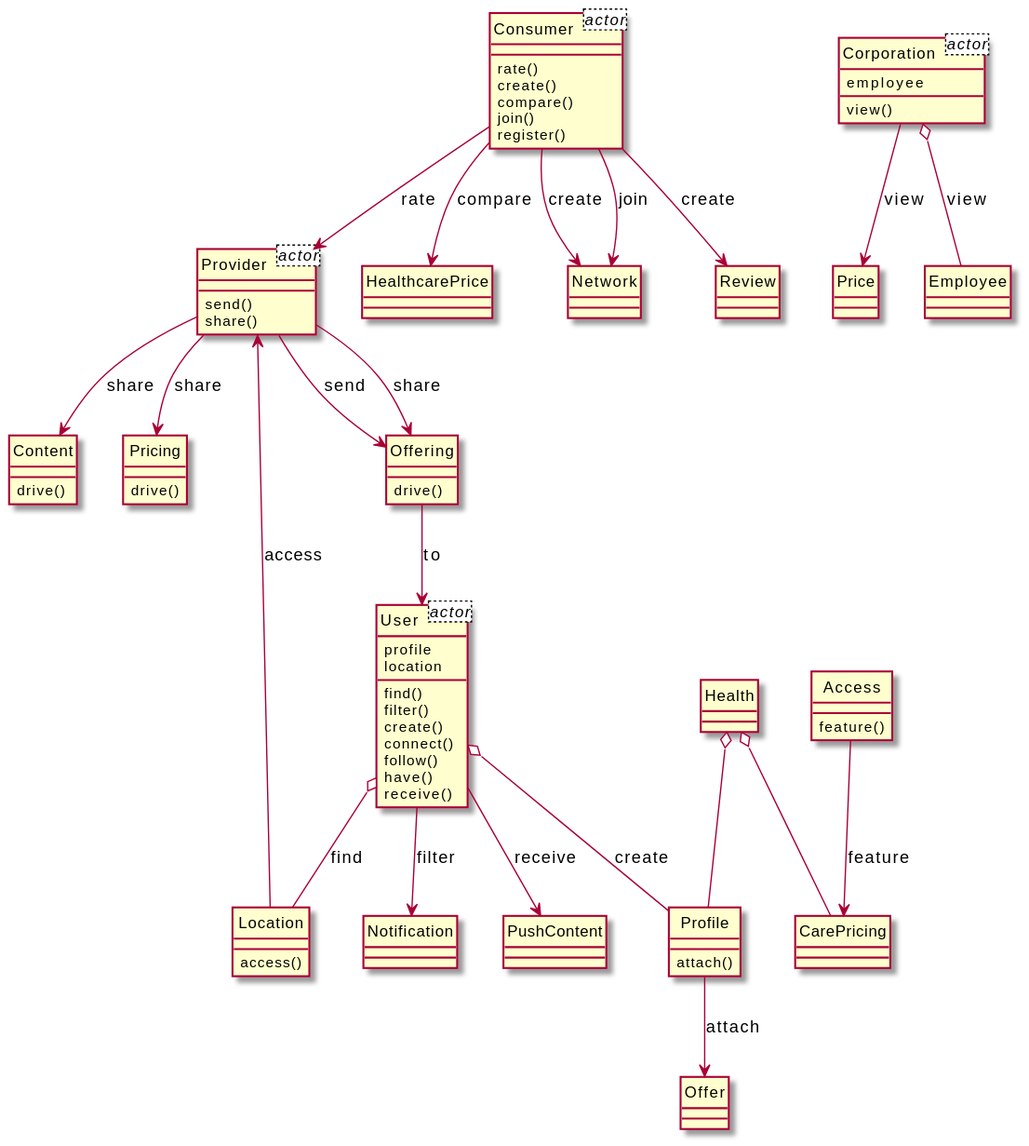
Earlier version of the PlantUML export output/diagram_5/2014-USC-Project12.svg (xixixhalu/DomainModelExtractor).
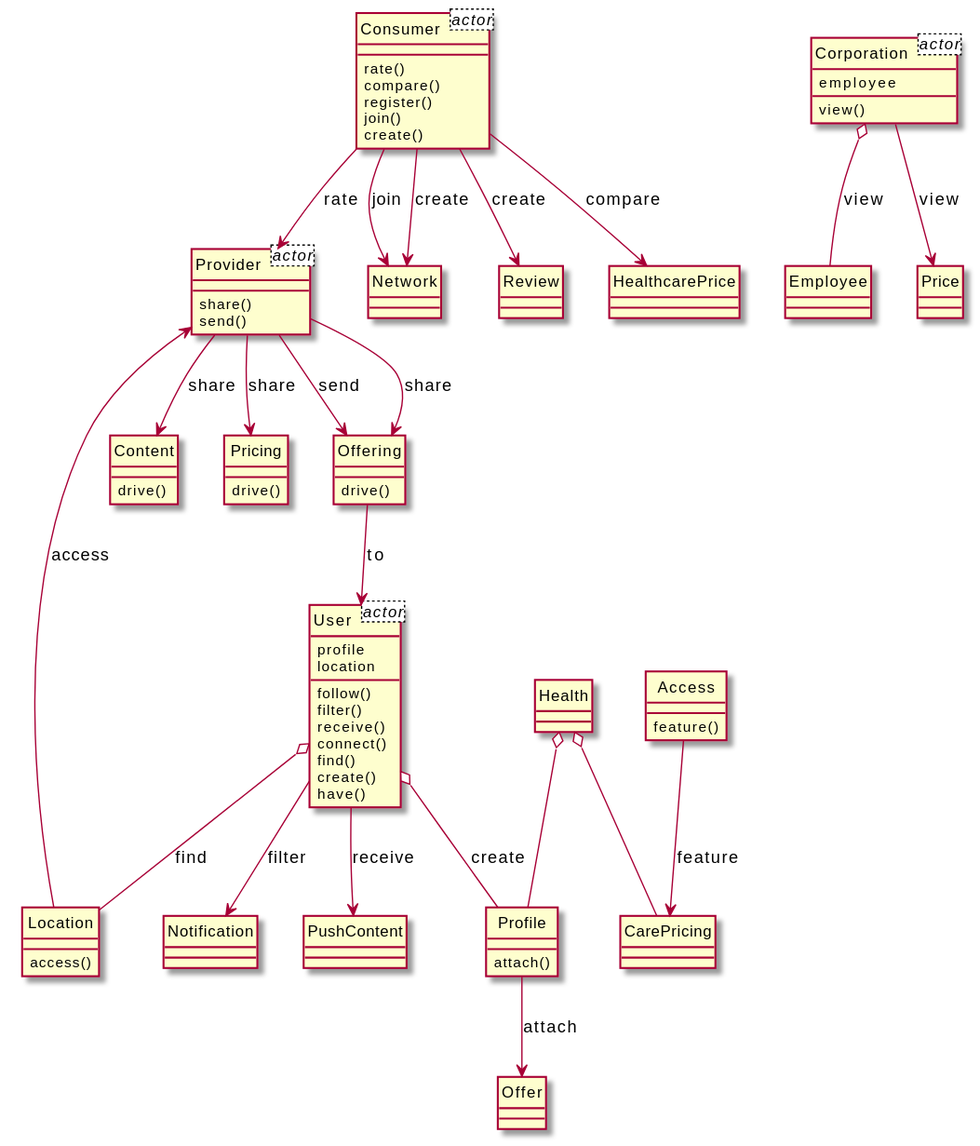
After the commit.

The edit, as a diff of the source:
```diff
@@ -18,79 +18,79 @@
 }
 class CarePricing {
 }
-class User {
-	find()
-	filter()
-	create()
-	connect()
-	follow()
-	have()
-	receive()
+class Provider {
+	share()
+	send()
+}
+class Offering {
+	drive()
 }
 class Content {
 	drive()
 }
 class Consumer {
 	rate()
+	compare()
+	register()
+	join()
 	create()
-	compare()
-	join()
-	register()
 }
-class HealthcarePrice {
+class Network {
+}
+class User {
+	follow()
+	filter()
+	receive()
+	connect()
+	find()
+	create()
+	have()
+}
+class Access {
+	feature()
+}
+class Location {
+	access()
+}
+class Notification {
+}
+class Review {
+}
+class Pricing {
+	drive()
 }
 class Corporation {
 	view()
 }
+class Employee {
+}
 class Price {
-}
-class Location {
-	access()
-}
-class Access {
-	feature()
-}
-class Provider {
-	send()
-	share()
-}
-class Pricing {
-	drive()
-}
-class Network {
-}
-class Offering {
-	drive()
-}
-class Review {
-}
-class Notification {
 }
 class PushContent {
 }
+class HealthcarePrice {
+}
 class Offer {
 }
-class Employee {
-}
+Access --> CarePricing : feature
+Location --> Provider : access
 Provider --> Offering : share
-Offering --> User : to
-User o-- Profile : create
+User --> Notification : filter
+Health o-- Profile
+Provider --> Offering : send
 Profile --> Offer : attach
 User o-- Location : find
-Access --> CarePricing : feature
-Corporation o-- Employee : view
 Health o-- CarePricing
-Health o-- Profile
-Provider --> Pricing : share
-Consumer --> Provider : rate
-Location --> Provider : access
-Consumer --> Network : join
-Provider --> Offering : send
-Corporation --> Price : view
+Provider --> Content : share
+Offering --> User : to
 Consumer --> Review : create
 Consumer --> Network : create
-Provider --> Content : share
-User --> Notification : filter
+Provider --> Pricing : share
 User --> PushContent : receive
+Corporation o-- Employee : view
+Consumer --> Network : join
+Consumer --> Provider : rate
+Corporation --> Price : view
 Consumer --> HealthcarePrice : compare
+User o-- Profile : create
 @enduml
```
